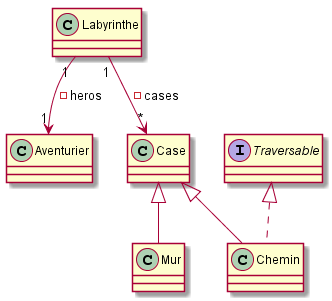
NunzioArdi/2019_coo_zeldiablo keeps this PlantUML diagram as documents/version_1/diagramme_classe.png. Above is the earlier version.
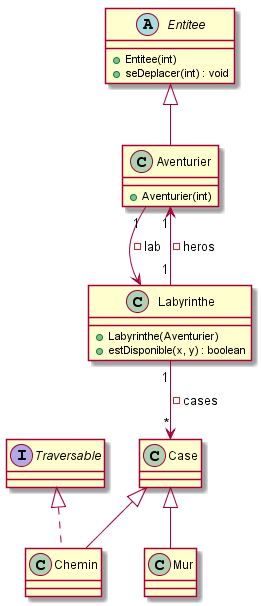
Above is the later version.

Commit message:
maj du diagramme de classe

Diff of the diagram source:
```diff
@@ -1,8 +1,11 @@
 @startuml
 class Aventurier{
++Aventurier(int)
 }
 
 class Labyrinthe{
++Labyrinthe(Aventurier)
++estDisponible(x, y) : boolean
 }
 
 class Case{
@@ -17,9 +20,16 @@
 interface Traversable{
 }
 
+abstract class Entitee{
++Entitee(int)
++seDeplacer(int) : void
+}
+
 Case <|-- Chemin
 Case <|-- Mur
 Traversable  <|..  Chemin
 Labyrinthe "1" --> "*" Case : -cases
 Labyrinthe "1" --> "1" Aventurier : -heros
+Aventurier "1" --> Labyrinthe : -lab
+Entitee <|-- Aventurier
 @enduml
```
